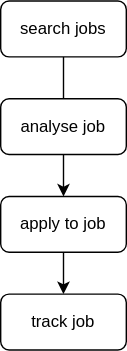
The draw.io diagram assets/pipeline.svg in lynkos/jobomation, before a commit. Source tidied: cells renumbered, new cells last; positions are measured from the earlier drawing's top-left corner, leaving out a move shared by most shapes.
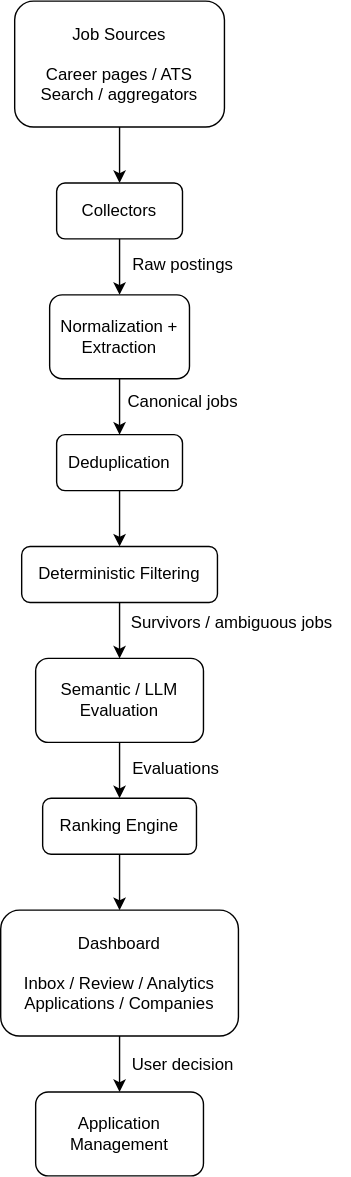
After the commit.

What changed in the source:
```diff
@@ -2,23 +2,71 @@
   <root>
     <mxCell id="0" />
     <mxCell id="1" parent="0" />
-    <mxCell id="2" style="edgeStyle=none;html=1;" parent="1" edge="1" source="3" target="6">
-      <mxGeometry relative="1" as="geometry" />
-    </mxCell>
+    <mxCell id="8" style="edgeStyle=none;html=1;entryX=0.5;entryY=0;entryDx=0;entryDy=0;" parent="1" edge="1" source="3" target="4">
+      <mxGeometry relative="1" as="geometry" />
+    </mxCell>
-    <mxCell id="3" value="search jobs" style="rounded=1;whiteSpace=wrap;html=1;" parent="1" vertex="1">
-      <mxGeometry width="90" height="40" as="geometry" />
+    <mxCell id="3" value="Job Sources&lt;div&gt;&lt;br&gt;&lt;/div&gt;&lt;div&gt;Career pages / ATS&lt;/div&gt;&lt;div&gt;Search / aggregators&lt;/div&gt;" style="rounded=1;whiteSpace=wrap;html=1;" parent="1" vertex="1">
+      <mxGeometry width="150" height="90" as="geometry" />
     </mxCell>
-    <mxCell id="4" value="analyse job" style="rounded=1;whiteSpace=wrap;html=1;" parent="1" vertex="1">
-      <mxGeometry y="70" width="90" height="40" as="geometry" />
+    <mxCell id="4" value="Collectors" style="rounded=1;whiteSpace=wrap;html=1;" parent="1" vertex="1">
+      <mxGeometry x="30" y="130" width="90" height="40" as="geometry" />
     </mxCell>
     <mxCell id="5" style="edgeStyle=none;html=1;" parent="1" edge="1" source="6" target="7">
       <mxGeometry relative="1" as="geometry" />
     </mxCell>
-    <mxCell id="6" value="apply to job" style="rounded=1;whiteSpace=wrap;html=1;" parent="1" vertex="1">
-      <mxGeometry y="140" width="90" height="40" as="geometry" />
+    <mxCell id="6" value="Normalization + Extraction" style="rounded=1;whiteSpace=wrap;html=1;" parent="1" vertex="1">
+      <mxGeometry x="25" y="210" width="100" height="60" as="geometry" />
     </mxCell>
+    <mxCell id="9" style="edgeStyle=none;html=1;" parent="1" edge="1" source="7" target="14">
+      <mxGeometry relative="1" as="geometry" />
+    </mxCell>
-    <mxCell id="7" value="track job" style="rounded=1;whiteSpace=wrap;html=1;" parent="1" vertex="1">
-      <mxGeometry y="210" width="90" height="40" as="geometry" />
+    <mxCell id="7" value="Deduplication" style="rounded=1;whiteSpace=wrap;html=1;" parent="1" vertex="1">
+      <mxGeometry x="30" y="310" width="90" height="40" as="geometry" />
     </mxCell>
+    <mxCell id="10" value="Raw postings" style="text;html=1;align=center;verticalAlign=middle;strokeColor=none;fillColor=none;" parent="1" vertex="1">
+      <mxGeometry x="70" y="174" width="100" height="30" as="geometry" />
+    </mxCell>
+    <mxCell id="11" style="edgeStyle=none;html=1;entryX=0.5;entryY=0;entryDx=0;entryDy=0;exitX=0.5;exitY=1;exitDx=0;exitDy=0;" parent="1" edge="1" source="4" target="6">
+      <mxGeometry relative="1" as="geometry" />
+    </mxCell>
+    <mxCell id="12" value="Canonical jobs" style="text;html=1;align=center;verticalAlign=middle;strokeColor=none;fillColor=none;" parent="1" vertex="1">
+      <mxGeometry x="70" y="272" width="100" height="30" as="geometry" />
+    </mxCell>
+    <mxCell id="13" style="edgeStyle=none;html=1;" parent="1" edge="1" source="14" target="16">
+      <mxGeometry relative="1" as="geometry" />
+    </mxCell>
+    <mxCell id="14" value="Deterministic Filtering" style="rounded=1;whiteSpace=wrap;html=1;" parent="1" vertex="1">
+      <mxGeometry x="5" y="390" width="140" height="40" as="geometry" />
+    </mxCell>
+    <mxCell id="15" style="edgeStyle=none;html=1;" parent="1" edge="1" source="16" target="19">
+      <mxGeometry relative="1" as="geometry" />
+    </mxCell>
+    <mxCell id="16" value="Semantic / LLM Evaluation" style="rounded=1;whiteSpace=wrap;html=1;" parent="1" vertex="1">
+      <mxGeometry x="15" y="470" width="120" height="60" as="geometry" />
+    </mxCell>
+    <mxCell id="17" value="Survivors / ambiguous jobs" style="text;html=1;align=center;verticalAlign=middle;strokeColor=none;fillColor=none;" parent="1" vertex="1">
+      <mxGeometry x="70" y="430" width="170" height="30" as="geometry" />
+    </mxCell>
+    <mxCell id="18" style="edgeStyle=none;html=1;" parent="1" edge="1" source="19" target="22">
+      <mxGeometry relative="1" as="geometry" />
+    </mxCell>
+    <mxCell id="19" value="Ranking Engine" style="rounded=1;whiteSpace=wrap;html=1;" parent="1" vertex="1">
+      <mxGeometry x="20" y="570" width="110" height="40" as="geometry" />
+    </mxCell>
+    <mxCell id="20" value="Evaluations" style="text;html=1;align=center;verticalAlign=middle;strokeColor=none;fillColor=none;" parent="1" vertex="1">
+      <mxGeometry x="70" y="534" width="90" height="30" as="geometry" />
+    </mxCell>
+    <mxCell id="21" style="edgeStyle=none;html=1;" parent="1" edge="1" source="22" target="23">
+      <mxGeometry relative="1" as="geometry" />
+    </mxCell>
+    <mxCell id="22" value="Dashboard&lt;div&gt;&lt;br&gt;&lt;/div&gt;&lt;div&gt;Inbox / Review / Analytics&lt;/div&gt;&lt;div&gt;Applications / Companies&lt;/div&gt;" style="rounded=1;whiteSpace=wrap;html=1;" parent="1" vertex="1">
+      <mxGeometry x="-10" y="650" width="170" height="90" as="geometry" />
+    </mxCell>
+    <mxCell id="23" value="Application Management" style="rounded=1;whiteSpace=wrap;html=1;" parent="1" vertex="1">
+      <mxGeometry x="15" y="780" width="120" height="60" as="geometry" />
+    </mxCell>
+    <mxCell id="24" value="User decision" style="text;html=1;align=center;verticalAlign=middle;strokeColor=none;fillColor=none;" parent="1" vertex="1">
+      <mxGeometry x="70" y="746" width="100" height="30" as="geometry" />
+    </mxCell>
   </root>
 </mxGraphModel>
```
